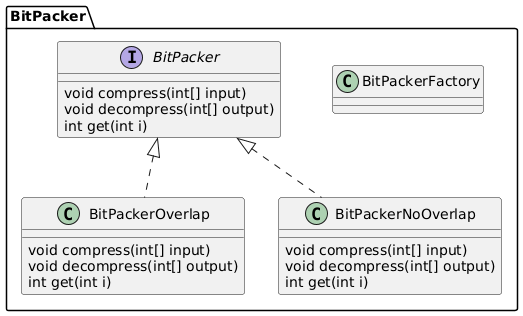
Above: diagramme_de_classe.png in Sofiane949/BitPacking_Software_Engineering (PlantUML), before the change. Its diagram source:
```plantuml
@startuml
package BitPacker {

interface BitPacker {
    void compress(int[] input)
    void decompress(int[] output)
    int get(int i)
}

class BitPackerOverlap implements BitPacker {
    void compress(int[] input)
    void decompress(int[] output)
    int get(int i)
}

class BitPackerNoOverlap implements BitPacker {
    void compress(int[] input)
    void decompress(int[] output)
    int get(int i)

}

class BitPackerFactory {
}



}
@enduml
```
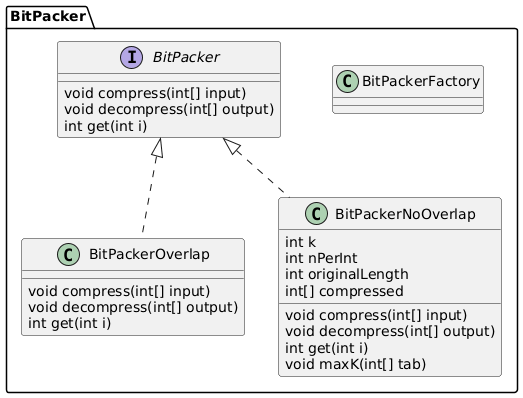
The same file after the commit.

Commit message:
maj Diagramme de classe

Diff of the diagram source:
```diff
@@ -14,16 +14,17 @@
 }
 
 class BitPackerNoOverlap implements BitPacker {
+    int k
+    int nPerInt
+    int originalLength
+    int[] compressed
     void compress(int[] input)
     void decompress(int[] output)
     int get(int i)
-
+    void maxK(int[] tab)
 }
 
 class BitPackerFactory {
 }
-
-
-
 }
 @enduml
```
